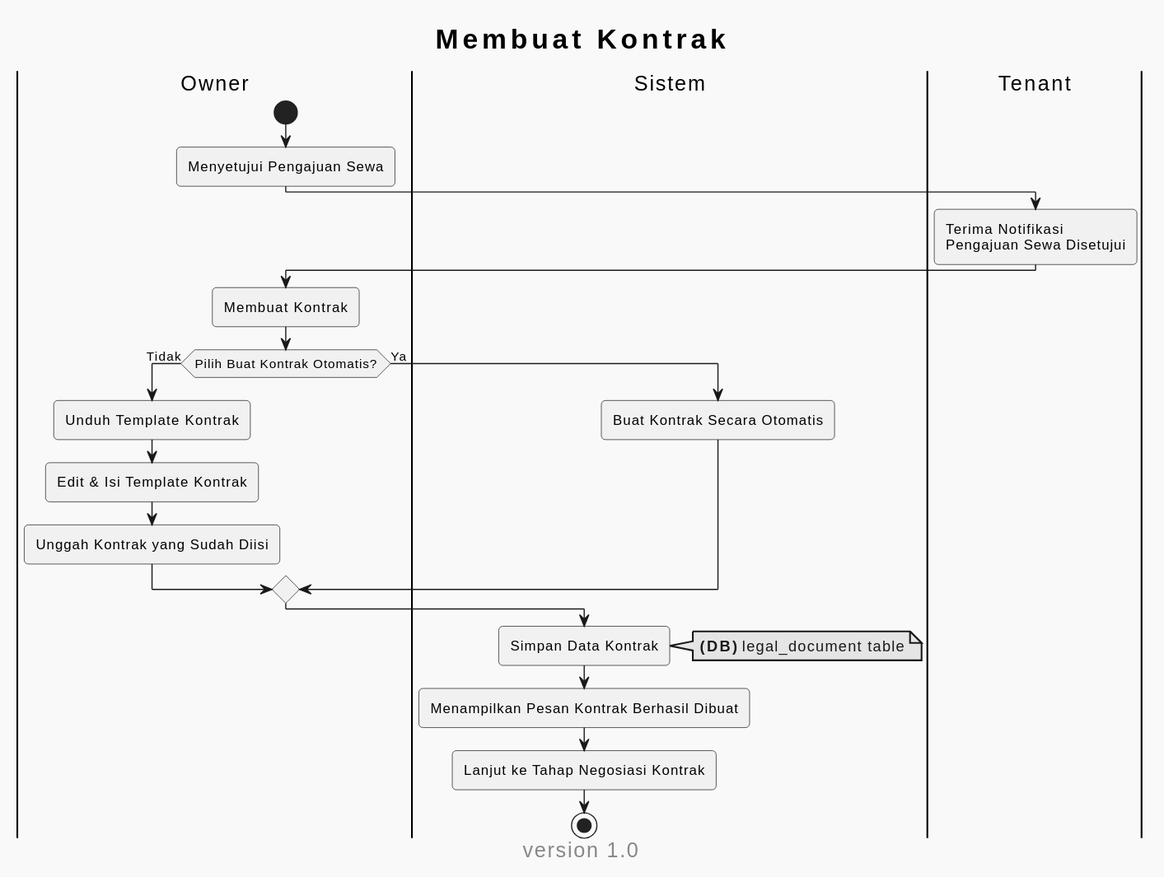
This is out/activity/(ACD-05) Membuat Kontrak.svg from Ago-oyu/HouseRental-Diagram, a PlantUML export, as it was before one commit.
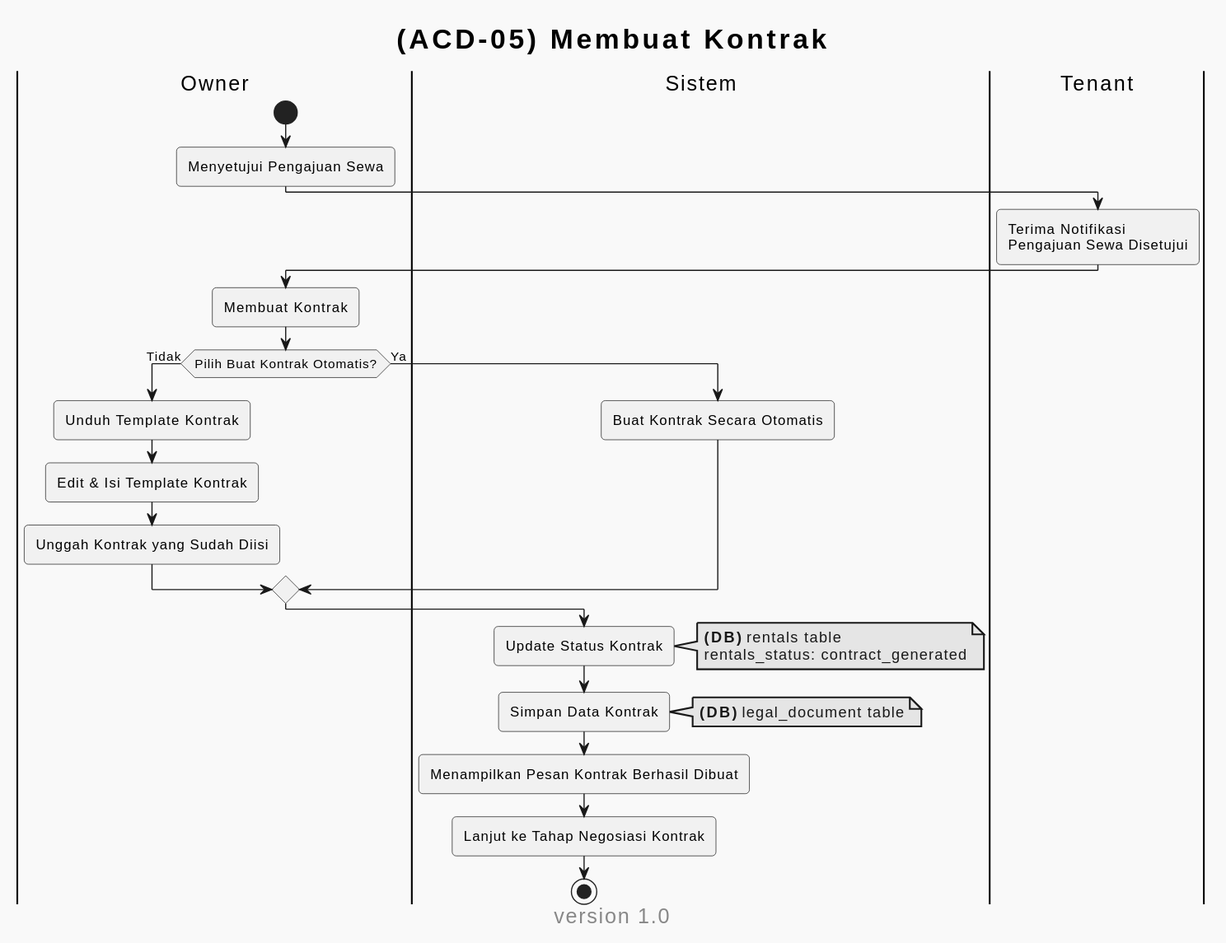
Above is the later version.

Diff of the diagram source:
```diff
@@ -2,7 +2,7 @@
 skinparam titleFontSize 24
 skinparam FooterFontSize 18
 !theme mars
-title "Membuat  Kontrak"
+title "(ACD-05) Membuat Kontrak"
 footer "version 1.0"
 |Owner|
 start
@@ -22,6 +22,11 @@
     :Buat Kontrak Secara Otomatis;
 endif
 |Sistem|
+:Update Status Kontrak;
+note right
+    **(DB)** rentals table
+    rentals_status: contract_generated
+end note
 :Simpan Data Kontrak;
 note right
     **(DB)** legal_document table
```
